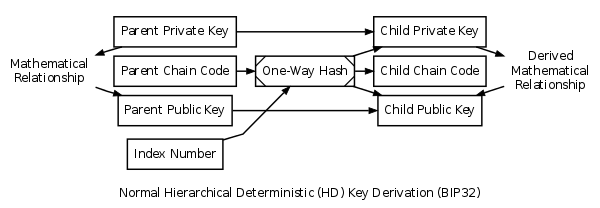
Before: img/dev/en-hd-overview.png, a diagram exported from Graphviz (bitcoin-dot-org/Bitcoin.org). Its source is kept beside it as img/dev/en-hd-overview.dot. Source of this version:
```dot
digraph extended {

size=6.25;
rankdir=LR;
penwidth=1.75;
node [ penwidth = 1.75, shape = "box" ];
edge [ penwidth = 1.75 ];
nodesep=0.15;
splines = ortho;
ranksep = 0.3;

subgraph cluster_parent {
style = "invis";
parent_private_key [ label = "Parent Private Key" ];
parent_chain_code [ label = "Parent Chain Code" ];
parent_public_key [ label = "Parent Public Key" ];
}
child_private_key [ label = "Child Private Key" ];
child_chain_code [ label = "Child Chain Code" ];
child_public_key [ label = "Child Public Key" ];
i_norm [ label = "Index Number" ];
hmac [ label = "One-Way Hash", style = "diagonals" ];

rel1 [ label = "Mathematical\nRelationship", shape = "none" ]
rel2 [ label = "Derived\nMathematical\nRelationship", shape = "none" ]

rel1 -> parent_private_key [ weight = 0, dir = "back" ];
rel1 -> parent_chain_code [ style = "invis" ];
rel1 -> parent_public_key [ weight = 0 ];

child_private_key -> rel2 [ weight = 0 ];
child_chain_code -> rel2 [ weight = 1, style = "invis" ];
child_public_key -> rel2 [ weight = 0, dir = "back" ];



parent_private_key -> child_private_key;
parent_public_key  -> child_public_key;

parent_chain_code -> hmac;
i_norm            -> hmac;

hmac -> child_public_key;
hmac -> child_private_key;
hmac -> child_chain_code;

label = " \nNormal Hierarchical Deterministic (HD) Key Derivation (BIP32)"
}
```
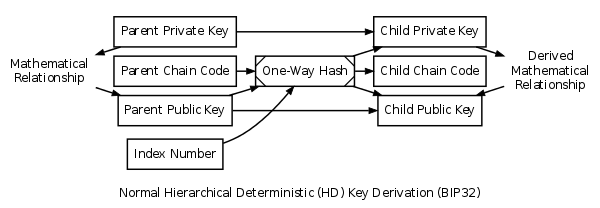
The same diagram one commit later.

Diff of the diagram source:
```diff
@@ -3,10 +3,10 @@
 size=6.25;
 rankdir=LR;
 penwidth=1.75;
-node [ penwidth = 1.75, shape = "box" ];
-edge [ penwidth = 1.75 ];
+node [ fontname="Sans", penwidth = 1.75, shape = "box" ];
+edge [ fontname="Sans", penwidth = 1.75 ];
+graph [ fontname="Sans" ]
 nodesep=0.15;
-splines = ortho;
 ranksep = 0.3;
 
 subgraph cluster_parent {
@@ -15,29 +15,33 @@
 parent_chain_code [ label = "Parent Chain Code" ];
 parent_public_key [ label = "Parent Public Key" ];
 }
+
 child_private_key [ label = "Child Private Key" ];
 child_chain_code [ label = "Child Chain Code" ];
 child_public_key [ label = "Child Public Key" ];
+
 i_norm [ label = "Index Number" ];
 hmac [ label = "One-Way Hash", style = "diagonals" ];
 
 rel1 [ label = "Mathematical\nRelationship", shape = "none" ]
 rel2 [ label = "Derived\nMathematical\nRelationship", shape = "none" ]
 
-rel1 -> parent_private_key [ weight = 0, dir = "back" ];
-rel1 -> parent_chain_code [ style = "invis" ];
-rel1 -> parent_public_key [ weight = 0 ];
+rel1 -> parent_private_key [ weight = "", dir = "back" ];
+rel1 -> parent_chain_code [ weight = "", style = "invis" ];
+rel1 -> parent_public_key [ weight = "" ];
 
-child_private_key -> rel2 [ weight = 0 ];
-child_chain_code -> rel2 [ weight = 1, style = "invis" ];
-child_public_key -> rel2 [ weight = 0, dir = "back" ];
+child_private_key -> rel2 [ ];
+child_chain_code -> rel2 [ style = "invis" ];
+child_public_key -> rel2 [ dir = "back" ];
 
 
 
 parent_private_key -> child_private_key;
 parent_public_key  -> child_public_key;
 
+parent_public_key -> hmac;
 parent_chain_code -> hmac;
+parent_private_key -> hmac [ style = "invis" ];
 i_norm            -> hmac;
 
 hmac -> child_public_key;
```
